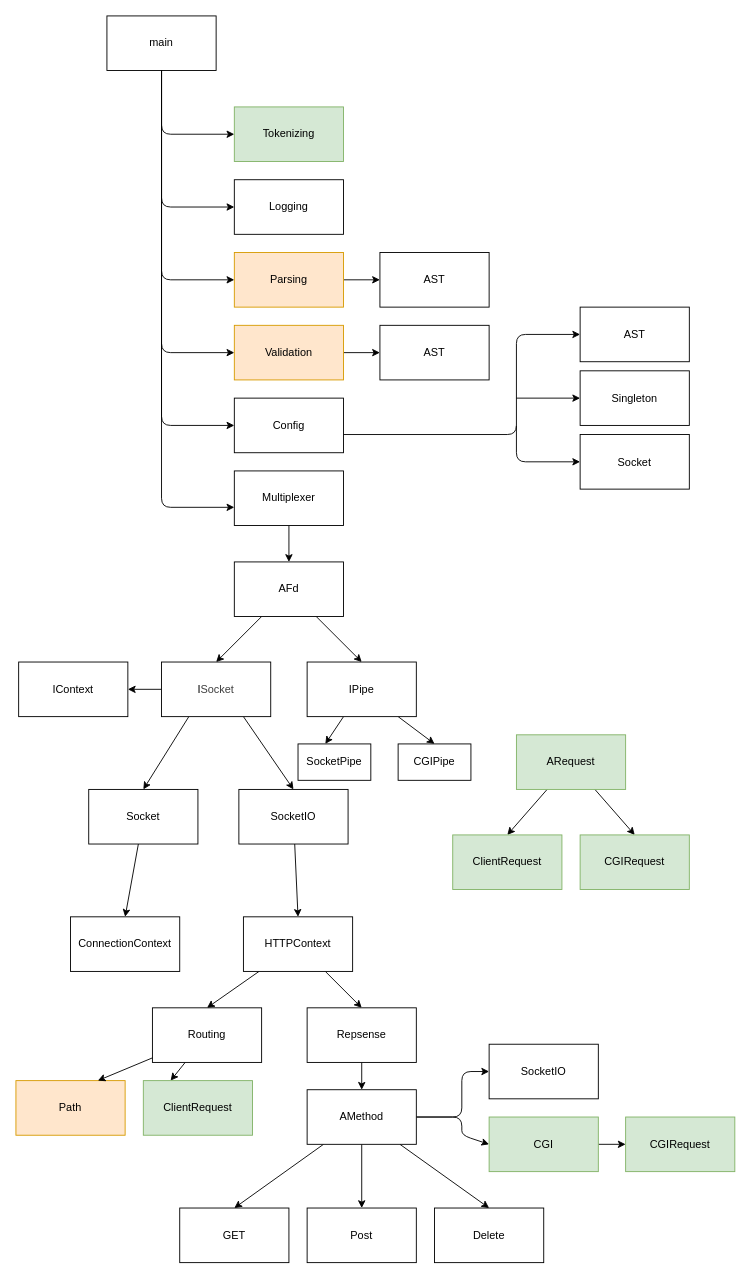
AzzaouiAlae/webserver keeps this draw.io diagram as HTTP/DefaultPages/server.dio. Above is the earlier version. Source tidied: cells renumbered, new cells numbered last; positions are measured from the earlier drawing's top-left corner, leaving out a move shared by most shapes. Both pictures are drawn from the tidied source at 91%, with x=0, y=0 at pixel (15, 15).
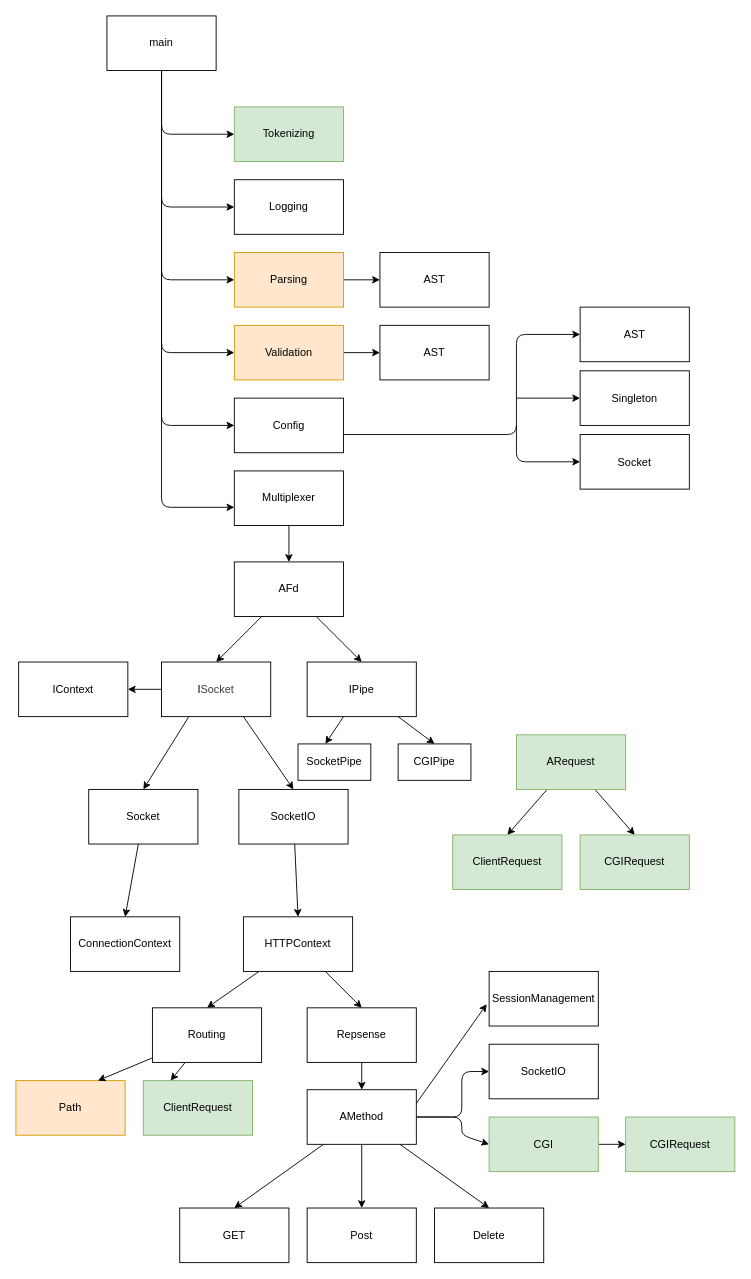
The same diagram, later.

Unchanged cells that the change refers to:
```xml
<mxCell id="57" value="AMethod" style="rounded=0;whiteSpace=wrap;html=1;" parent="1" vertex="1">
  <mxGeometry x="320" y="1180" width="120" height="60" as="geometry" />
</mxCell>
```

What changed in the source:
```diff
@@
+    <mxCell id="72" value="SessionManagement" style="rounded=0;whiteSpace=wrap;html=1;" parent="1" vertex="1">
+      <mxGeometry x="520" y="1050" width="120" height="60" as="geometry" />
+    </mxCell>
+    <mxCell id="73" style="edgeStyle=none;html=1;exitX=1;exitY=0.25;exitDx=0;exitDy=0;entryX=-0.022;entryY=0.599;entryDx=0;entryDy=0;entryPerimeter=0;" parent="1" edge="1" source="57" target="72">
+      <mxGeometry relative="1" as="geometry" />
+    </mxCell>
```
